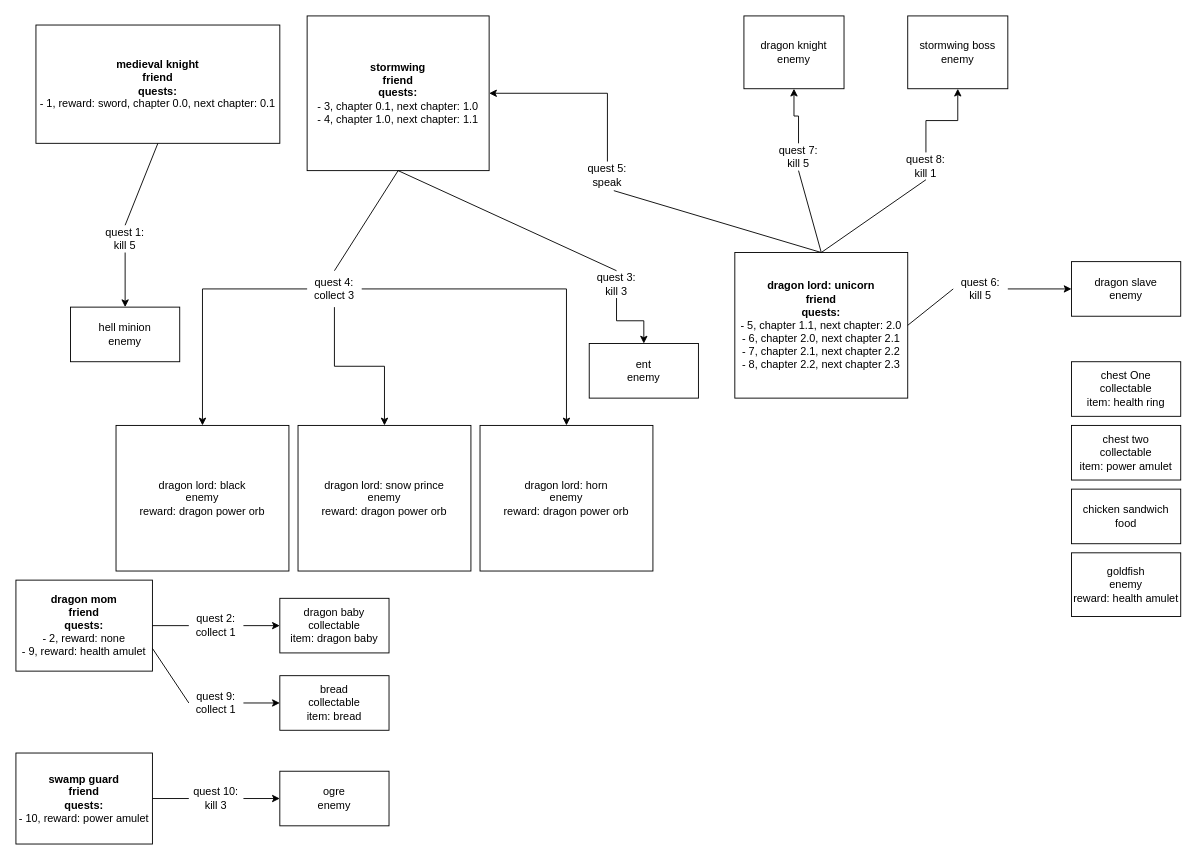
The draw.io diagram models.drawio in Juhi22/ArAdventure, before the edit. Source tidied: cells renumbered, new cells numbered last; positions are measured from the earlier drawing's top-left corner, leaving out a move shared by most shapes. Both pictures are drawn from the tidied source at 91%, with x=0, y=0 at pixel (15, 15).
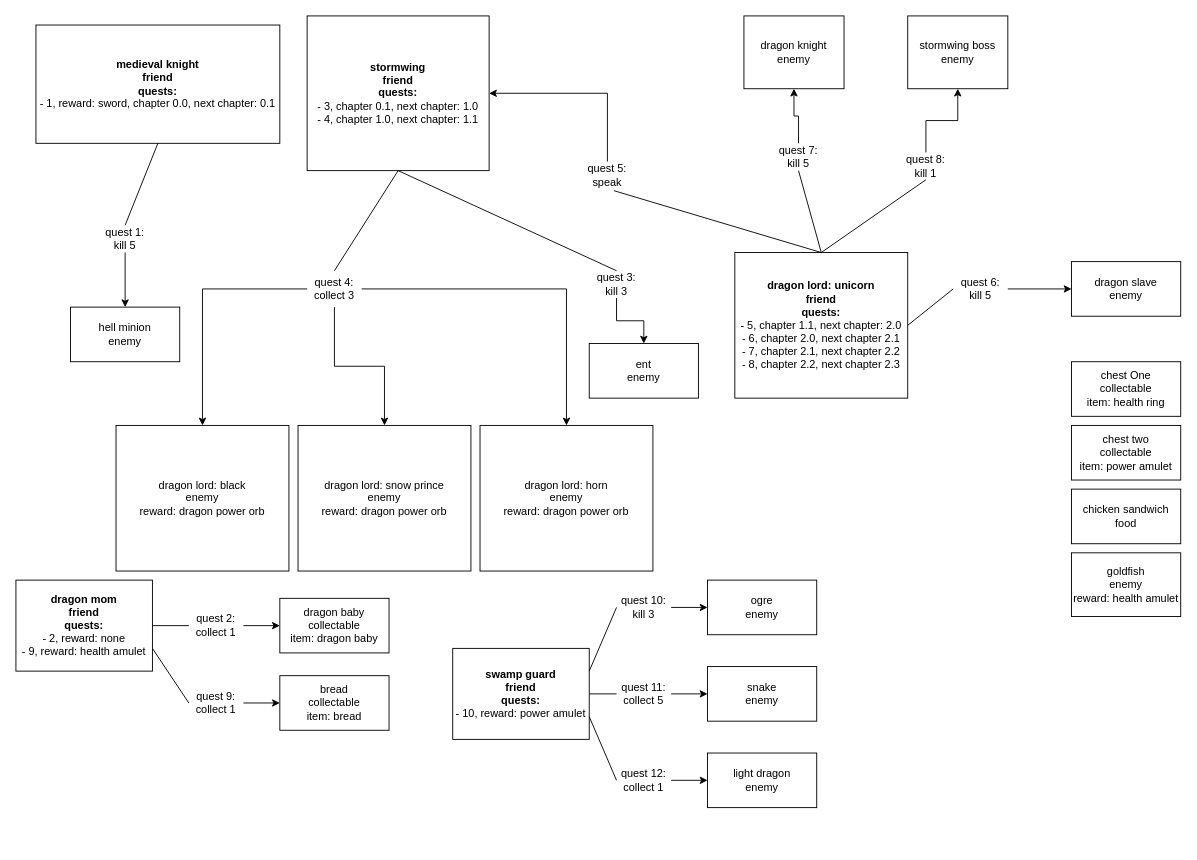
The same diagram, later.

Commit message:
Add snake and light dragon to models.drawio

Change to the diagram source:
```diff
@@
     <mxCell id="49" value="&lt;b&gt;swamp guard&lt;/b&gt;&lt;div&gt;&lt;b&gt;friend&lt;/b&gt;&lt;/div&gt;&lt;div&gt;&lt;b&gt;quests:&lt;/b&gt;&lt;/div&gt;&lt;div&gt;- 10, reward: power amulet&lt;/div&gt;" style="rounded=0;whiteSpace=wrap;html=1;" parent="1" vertex="1">
-      <mxGeometry y="810" width="150" height="100" as="geometry" />
+      <mxGeometry x="480" y="695" width="150" height="100" as="geometry" />
     </mxCell>
     <mxCell id="50" value="ogre&lt;div&gt;enemy&lt;/div&gt;" style="rounded=0;whiteSpace=wrap;html=1;" parent="1" vertex="1">
-      <mxGeometry x="290" y="830" width="120" height="60" as="geometry" />
+      <mxGeometry x="760" y="620" width="120" height="60" as="geometry" />
     </mxCell>
@@
     <mxCell id="52" value="quest 10:&lt;div&gt;kill 3&lt;/div&gt;" style="text;html=1;align=center;verticalAlign=middle;whiteSpace=wrap;rounded=0;" parent="1" vertex="1">
-      <mxGeometry x="190" y="845" width="60" height="30" as="geometry" />
+      <mxGeometry x="660" y="635" width="60" height="30" as="geometry" />
     </mxCell>
-    <mxCell id="53" style="endArrow=none;html=1;rounded=0;exitX=1;exitY=0.5;exitDx=0;exitDy=0;entryX=0;entryY=0.5;entryDx=0;entryDy=0;" parent="1" edge="1" source="49" target="52">
+    <mxCell id="53" style="endArrow=none;html=1;rounded=0;exitX=1;exitY=0.25;exitDx=0;exitDy=0;entryX=0;entryY=0.5;entryDx=0;entryDy=0;" parent="1" edge="1" source="49" target="52">
       <mxGeometry relative="1" as="geometry" />
     </mxCell>
+    <mxCell id="54" value="&lt;div&gt;snake&lt;/div&gt;&lt;div&gt;enemy&lt;/div&gt;" style="rounded=0;whiteSpace=wrap;html=1;" parent="1" vertex="1">
+      <mxGeometry x="760" y="715" width="120" height="60" as="geometry" />
+    </mxCell>
+    <mxCell id="55" style="edgeStyle=orthogonalEdgeStyle;rounded=0;jettySize=auto;html=1;exitX=1;exitY=0.5;exitDx=0;exitDy=0;" parent="1" edge="1" source="56" target="54">
+      <mxGeometry relative="1" as="geometry" />
+    </mxCell>
+    <mxCell id="56" value="quest 11:&lt;div&gt;collect 5&lt;/div&gt;" style="text;html=1;align=center;verticalAlign=middle;whiteSpace=wrap;rounded=0;" parent="1" vertex="1">
+      <mxGeometry x="660" y="730" width="60" height="30" as="geometry" />
+    </mxCell>
+    <mxCell id="57" style="endArrow=none;html=1;rounded=0;exitX=0;exitY=0.5;exitDx=0;exitDy=0;entryX=1;entryY=0.5;entryDx=0;entryDy=0;" parent="1" edge="1" source="56" target="49">
+      <mxGeometry relative="1" as="geometry" />
+    </mxCell>
+    <mxCell id="58" value="&lt;div&gt;light dragon&lt;/div&gt;&lt;div&gt;enemy&lt;/div&gt;" style="rounded=0;whiteSpace=wrap;html=1;" parent="1" vertex="1">
+      <mxGeometry x="760" y="810" width="120" height="60" as="geometry" />
+    </mxCell>
+    <mxCell id="59" style="edgeStyle=orthogonalEdgeStyle;rounded=0;jettySize=auto;html=1;exitX=1;exitY=0.5;exitDx=0;exitDy=0;" parent="1" edge="1" source="60" target="58">
+      <mxGeometry relative="1" as="geometry" />
+    </mxCell>
+    <mxCell id="60" value="quest 12:&lt;div&gt;collect 1&lt;/div&gt;" style="text;html=1;align=center;verticalAlign=middle;whiteSpace=wrap;rounded=0;" parent="1" vertex="1">
+      <mxGeometry x="660" y="825" width="60" height="30" as="geometry" />
+    </mxCell>
+    <mxCell id="61" style="endArrow=none;html=1;rounded=0;exitX=1;exitY=0.75;exitDx=0;exitDy=0;entryX=0;entryY=0.5;entryDx=0;entryDy=0;" parent="1" edge="1" source="49" target="60">
+      <mxGeometry relative="1" as="geometry" />
+    </mxCell>
```
